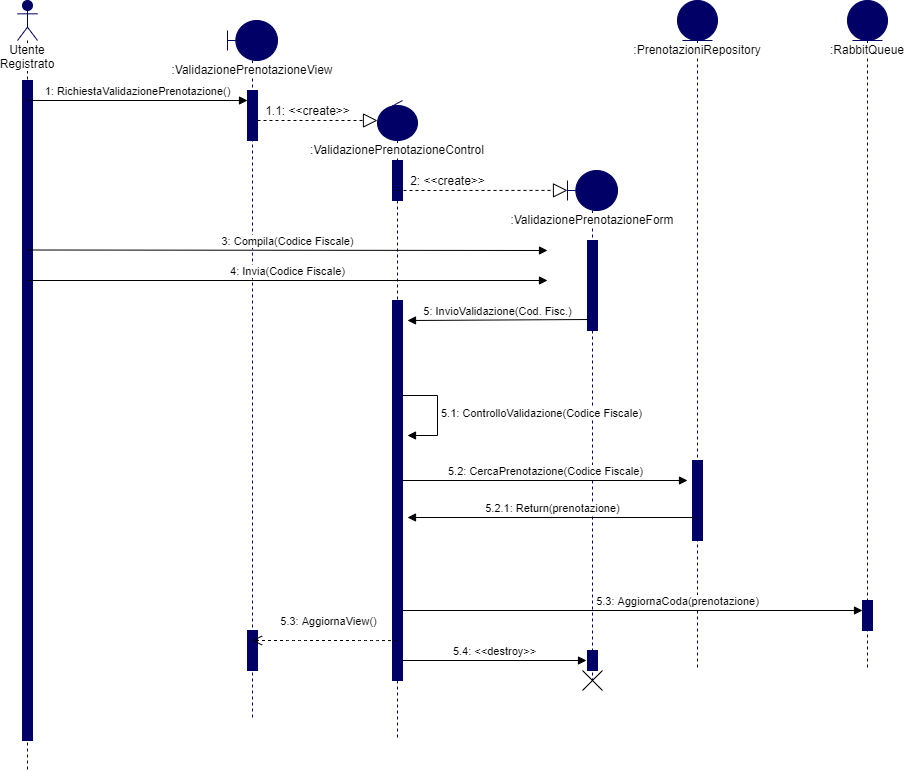
Givaa/MedQueue keeps this draw.io diagram as Documenti/RAD/Sequence Diagram/Validazione Prenotazione/Validazione Prenotazione SD (fixed).png. Above is the earlier version. Source tidied: cells renumbered, new cells last; positions are measured from the earlier drawing's top-left corner, leaving out a move shared by most shapes.
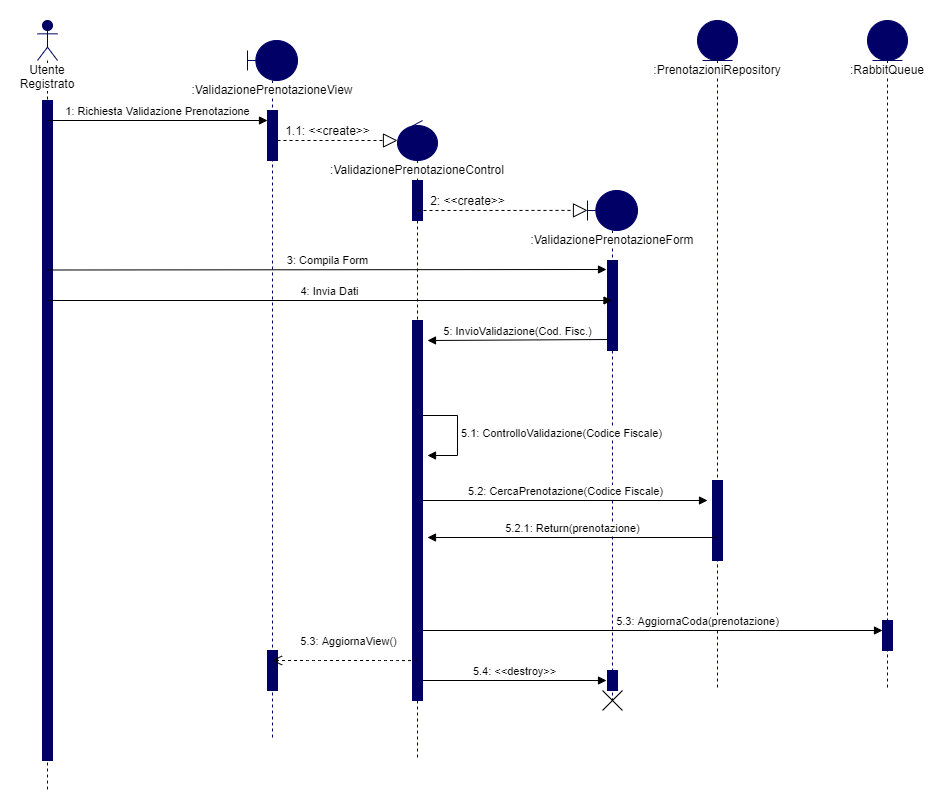
The same diagram one commit later.

The edit, as a diff of the source:
```diff
@@ -8,7 +8,7 @@
     <mxCell id="3" style="html=1;perimeter=orthogonalPerimeter;strokeColor=#000066;fillColor=#000066;" parent="2" vertex="1">
       <mxGeometry x="5" y="80" width="10" height="660" as="geometry" />
     </mxCell>
-    <mxCell id="4" value="1: RichiestaValidazionePrenotazione()" style="html=1;verticalAlign=bottom;endArrow=block;" parent="1" edge="1">
+    <mxCell id="4" value="1: Richiesta Validazione Prenotazione" style="html=1;verticalAlign=bottom;endArrow=block;" parent="1" edge="1">
       <mxGeometry relative="1" as="geometry">
         <mxPoint x="10" y="100" as="sourcePoint" />
         <mxPoint x="230" y="100" as="targetPoint" />
@@ -58,16 +58,14 @@
     <mxCell id="17" style="html=1;points=[];perimeter=orthogonalPerimeter;strokeColor=#000066;fillColor=#000066;" parent="15" vertex="1">
       <mxGeometry x="20" y="480" width="10" height="20" as="geometry" />
     </mxCell>
-    <mxCell id="18" value="3: Compila(Codice Fiscale)" style="html=1;verticalAlign=bottom;endArrow=block;" parent="1" edge="1">
+    <mxCell id="18" value="3: Compila Form" style="html=1;verticalAlign=bottom;endArrow=block;entryX=-0.1;entryY=0.1;entryDx=0;entryDy=0;entryPerimeter=0;" parent="1" edge="1" target="16">
       <mxGeometry relative="1" as="geometry">
         <mxPoint x="10" y="249.5" as="sourcePoint" />
-        <mxPoint x="530" y="250" as="targetPoint" />
       </mxGeometry>
     </mxCell>
-    <mxCell id="19" value="4: Invia(Codice Fiscale)" style="html=1;verticalAlign=bottom;endArrow=block;" parent="1" edge="1">
+    <mxCell id="19" value="4: Invia Dati" style="html=1;verticalAlign=bottom;endArrow=block;" parent="1" edge="1" target="15">
       <mxGeometry relative="1" as="geometry">
         <mxPoint x="10" y="280" as="sourcePoint" />
-        <mxPoint x="530" y="280" as="targetPoint" />
       </mxGeometry>
     </mxCell>
     <mxCell id="20" value="5: InvioValidazione(Cod. Fisc.)" style="html=1;verticalAlign=bottom;endArrow=block;exitX=0;exitY=0.878;exitDx=0;exitDy=0;exitPerimeter=0;" parent="1" edge="1" source="16">
```
